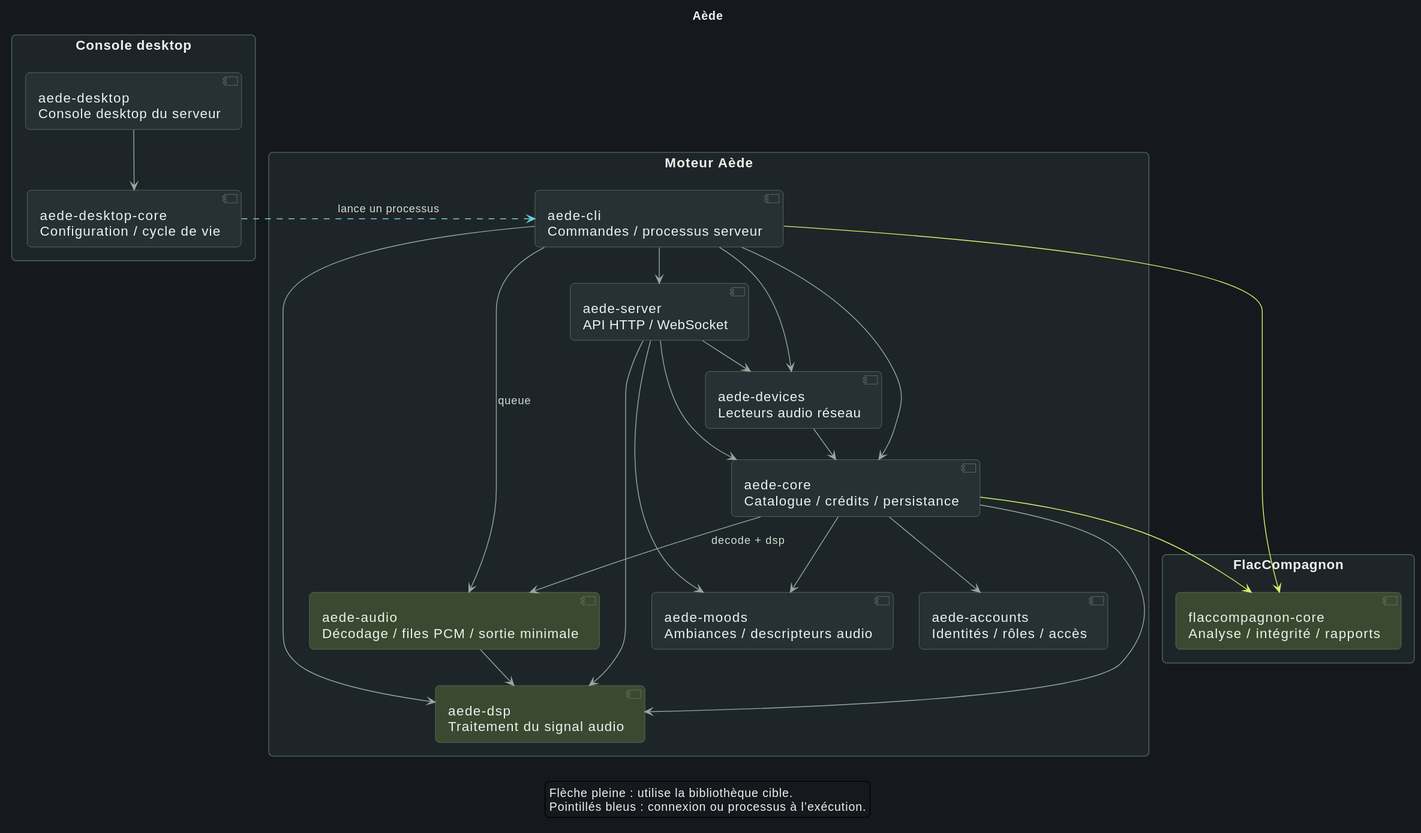
craft-and-code/aede keeps this PlantUML diagram as site/assets/architecture/fr-aede.svg. Above is the earlier version.
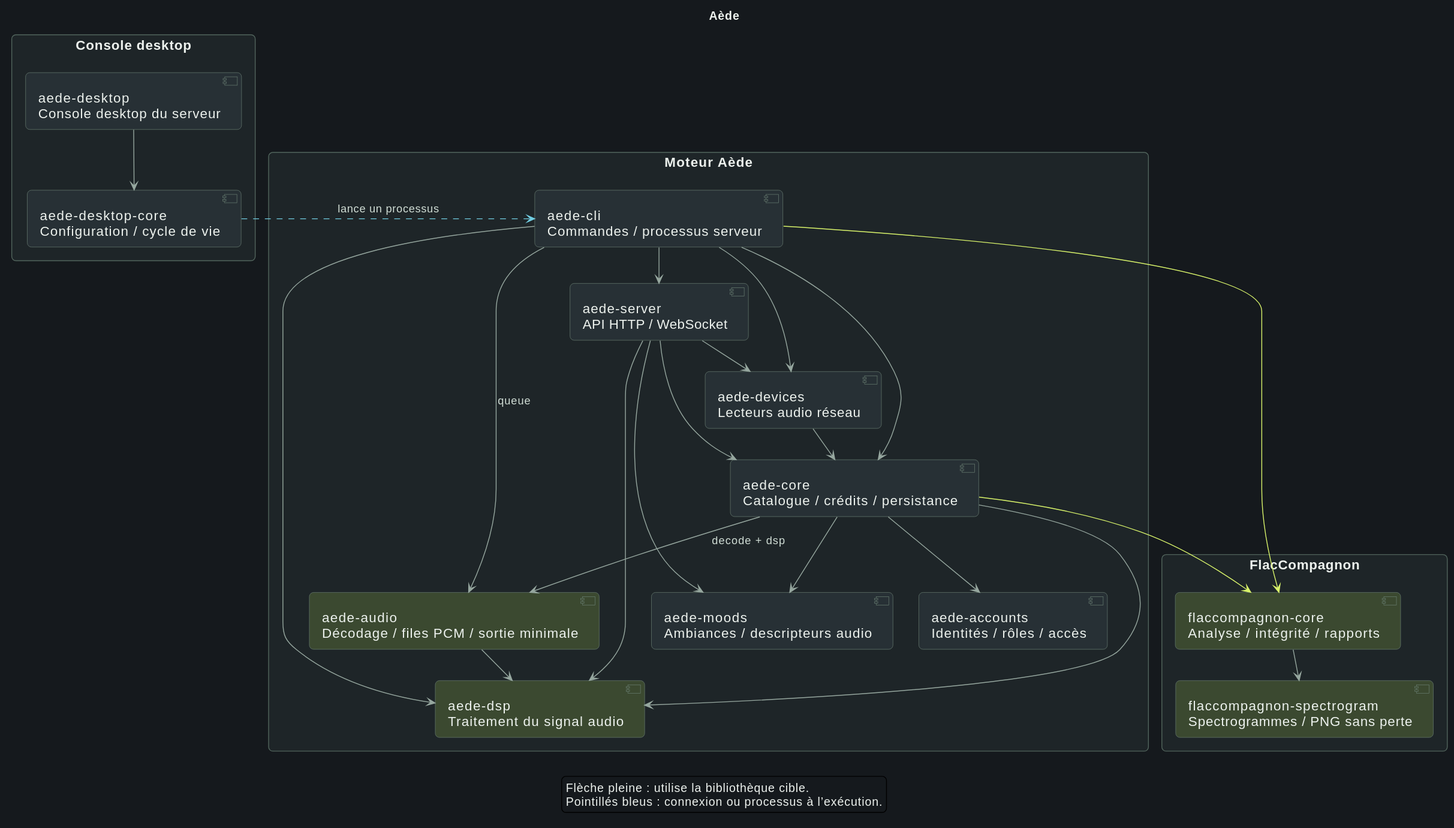
The same diagram one commit later.

Change to the diagram source:
```diff
@@ -39,6 +39,7 @@
 }
 package "FlacCompagnon" {
 component "flaccompagnon-core\nAnalyse / intégrité / rapports" as FCore #3B4930
+component "flaccompagnon-spectrogram\nSpectrogrammes / PNG sans perte" as FSpectrogram #3B4930
 }
 AApp --> AConsole
 ACli --> AServer
@@ -57,6 +58,7 @@
 ACore --> ADsp
 ACore --> AAudio : decode + dsp
 ACore -[#D8F36A]-> FCore
+FCore --> FSpectrogram
 AAudio --> ADsp
 AConsole -[#71CDE1,dashed]right-> ACli : lance un processus
 legend bottom
```
